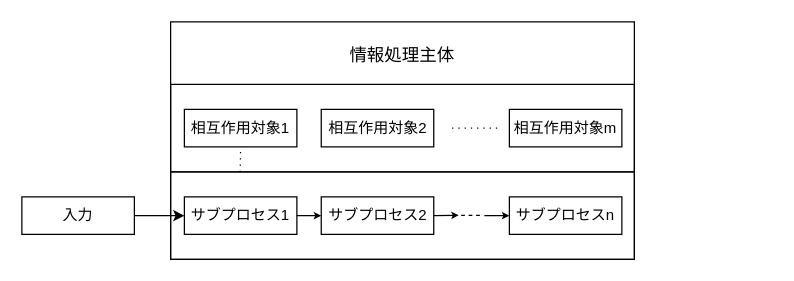
Above: informationprocessing.drawio in psychologyKM/diagrams (draw.io), before the change. Source tidied: cells renumbered, new cells numbered last; positions are measured from the earlier drawing's top-left corner, leaving out a move shared by most shapes. Both pictures are drawn from the tidied source at 125%, with x=0, y=0 at pixel (21, 21).
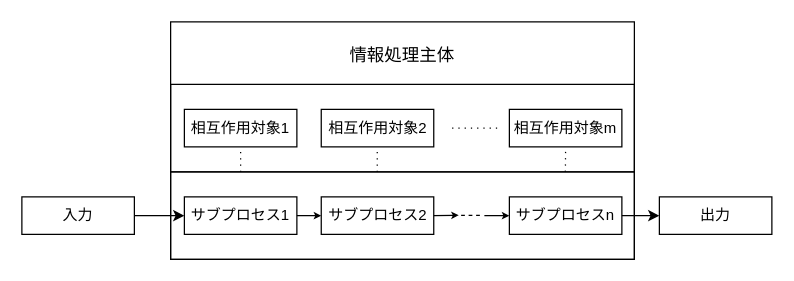
Above is the later version.

The change refers to these unchanged cells:
```xml
<mxCell id="9" value="サブプロセスn" style="text;html=1;whiteSpace=wrap;strokeColor=default;fillColor=none;align=center;verticalAlign=middle;rounded=0;" parent="1" vertex="1">
  <mxGeometry x="390" y="140" width="90" height="30" as="geometry" />
</mxCell>
<mxCell id="13" value="相互作用対象1" style="text;html=1;whiteSpace=wrap;strokeColor=default;fillColor=none;align=center;verticalAlign=middle;rounded=0;" parent="1" vertex="1">
  <mxGeometry x="130" y="70" width="90" height="30" as="geometry" />
</mxCell>
<mxCell id="17" value="相互作用対象m" style="text;html=1;whiteSpace=wrap;strokeColor=default;fillColor=none;align=center;verticalAlign=middle;rounded=0;" parent="1" vertex="1">
  <mxGeometry x="390" y="70" width="90" height="30" as="geometry" />
</mxCell>
```

Change to the diagram source:
```diff
@@
+    <mxCell id="15" value="&lt;div&gt;&lt;br&gt;&lt;/div&gt;" style="text;html=1;whiteSpace=wrap;strokeColor=default;fillColor=none;align=center;verticalAlign=middle;rounded=0;" parent="1" vertex="1">
+      <mxGeometry x="119" y="120" width="371" height="70" as="geometry" />
+    </mxCell>
@@
-    <mxCell id="15" value="&lt;div&gt;&lt;br&gt;&lt;/div&gt;" style="text;html=1;whiteSpace=wrap;strokeColor=default;fillColor=none;align=center;verticalAlign=middle;rounded=0;" parent="1" vertex="1">
-      <mxGeometry x="119" y="120" width="371" height="70" as="geometry" />
-    </mxCell>
@@
-    <mxCell id="18" style="endArrow=none;dashed=1;html=1;strokeWidth=1;rounded=0;jumpSize=4;dashPattern=1 4;exitX=0.15;exitY=0.001;exitDx=0;exitDy=0;exitPerimeter=0;entryX=0.5;entryY=1;entryDx=0;entryDy=0;" parent="1" edge="1" source="15" target="13">
-      <mxGeometry relative="1" as="geometry" />
+    <mxCell id="18" style="endArrow=none;dashed=1;html=1;strokeWidth=1;rounded=0;jumpSize=4;dashPattern=1 4;entryX=0.5;entryY=1;entryDx=0;entryDy=0;" parent="1" edge="1" target="13">
+      <mxGeometry relative="1" as="geometry">
+        <mxPoint x="175" y="120" as="sourcePoint" />
+      </mxGeometry>
     </mxCell>
+    <mxCell id="19" style="endArrow=none;dashed=1;html=1;strokeWidth=1;rounded=0;jumpSize=4;dashPattern=1 4;entryX=0.5;entryY=1;entryDx=0;entryDy=0;" parent="1" edge="1">
+      <mxGeometry relative="1" as="geometry">
+        <mxPoint x="284.3" y="120" as="sourcePoint" />
+        <mxPoint x="284.3" y="100" as="targetPoint" />
+      </mxGeometry>
+    </mxCell>
+    <mxCell id="20" style="endArrow=none;dashed=1;html=1;strokeWidth=1;rounded=0;jumpSize=4;dashPattern=1 4;entryX=0.5;entryY=1;entryDx=0;entryDy=0;" parent="1" edge="1" target="17">
+      <mxGeometry relative="1" as="geometry">
+        <mxPoint x="434.8" y="120" as="sourcePoint" />
+      </mxGeometry>
+    </mxCell>
+    <mxCell id="21" style="endArrow=classic;html=1;rounded=0;exitX=1;exitY=0.5;exitDx=0;exitDy=0;entryX=0;entryY=0.5;entryDx=0;entryDy=0;" parent="1" edge="1" source="9" target="22">
+      <mxGeometry relative="1" as="geometry" />
+    </mxCell>
+    <mxCell id="22" value="出力" style="text;html=1;whiteSpace=wrap;strokeColor=default;fillColor=none;align=center;verticalAlign=middle;rounded=0;" parent="1" vertex="1">
+      <mxGeometry x="510" y="140" width="90" height="30" as="geometry" />
+    </mxCell>
```
